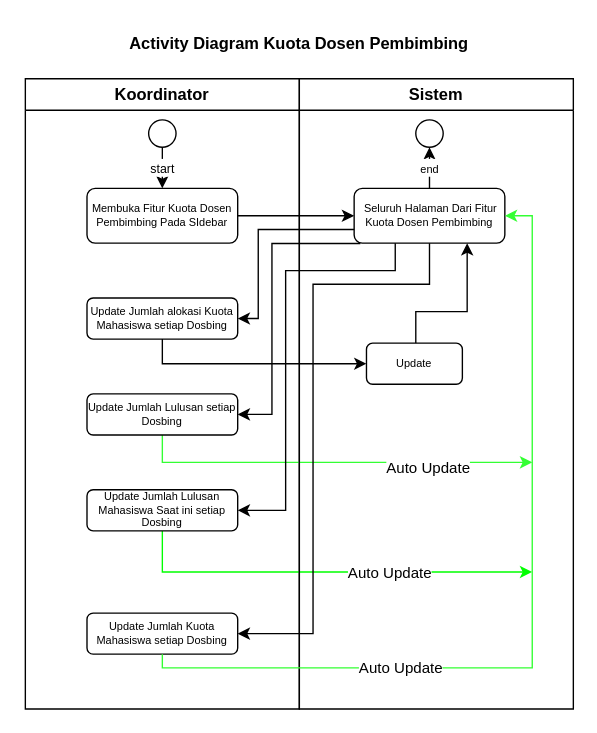
Above: Website Bimbingan Online/Activity Diagram/kuota Dosbing.drawio in BagusCPaste/draw.io (draw.io), before the change. Source tidied: cells renumbered, new cells numbered last; positions are measured from the earlier drawing's top-left corner, leaving out a move shared by most shapes. Both pictures are drawn from the tidied source at 137%, with x=0, y=0 at pixel (25, 23).
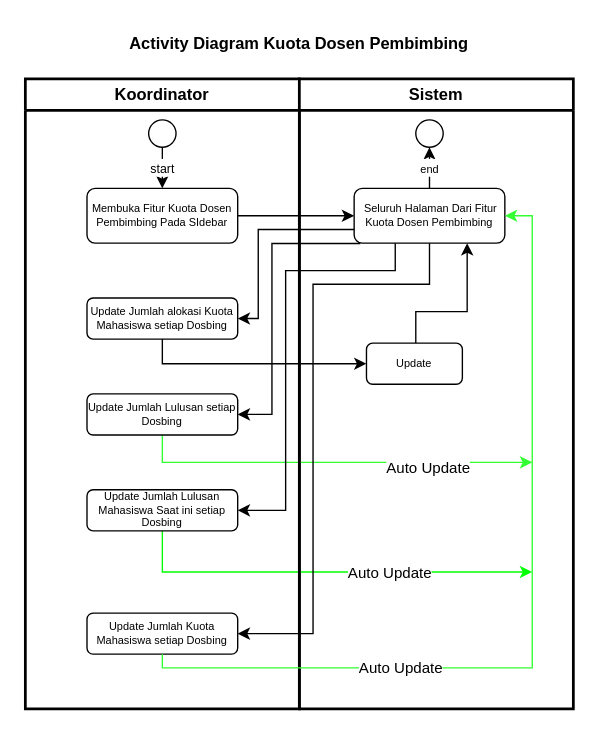
Above is the later version.

The edit, as a diff of the source:
```diff
@@
-    <mxCell id="2" value="Koordinator" style="swimlane;whiteSpace=wrap;html=1;" parent="1" vertex="1">
+    <mxCell id="2" value="Koordinator" style="swimlane;whiteSpace=wrap;html=1;strokeWidth=2;" parent="1" vertex="1">
       <mxGeometry y="40" width="200" height="460" as="geometry" />
     </mxCell>
@@
-    <mxCell id="14" value="Sistem" style="swimlane;whiteSpace=wrap;html=1;" parent="1" vertex="1">
+    <mxCell id="14" value="Sistem" style="swimlane;whiteSpace=wrap;html=1;strokeWidth=2;" parent="1" vertex="1">
       <mxGeometry x="200" y="40" width="200" height="460" as="geometry" />
     </mxCell>
```
